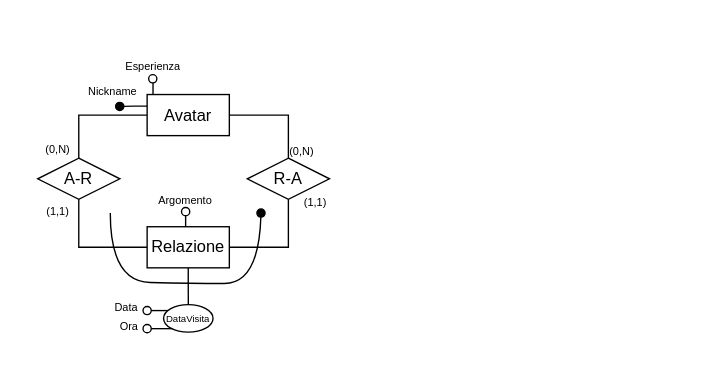
This is WP1/Pattern/Relazione Ricorsiva Relazione/RelazioneRicorsivaRelazioneDopo.drawio from pnocerino/BasiDiDati, a draw.io file, before an edit. Source tidied: cells renumbered, new cells numbered last; positions are measured from the earlier drawing's top-left corner, leaving out a move shared by most shapes. Both pictures are drawn from the tidied source at 137%, with x=0, y=0 at pixel (23, 48).
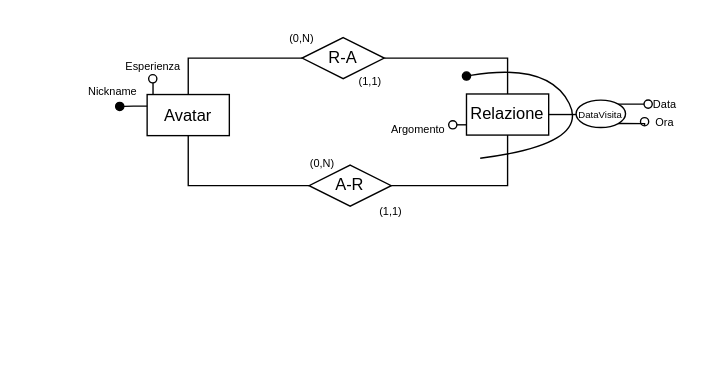
Above is the later version.

Unchanged cells that the change refers to:
```xml
<mxCell id="4" value="Avatar" style="whiteSpace=wrap;html=1;align=center;" parent="1" vertex="1">
  <mxGeometry x="89.9" y="33.5" width="60" height="30" as="geometry" />
</mxCell>
```

Diff of the diagram source:
```diff
@@
+    <mxCell id="3" style="edgeStyle=orthogonalEdgeStyle;rounded=0;jettySize=auto;html=1;exitX=0.5;exitY=1;exitDx=0;exitDy=0;entryX=0;entryY=0.5;entryDx=0;entryDy=0;endArrow=none;endFill=0;" parent="1" edge="1" source="4" target="15">
+      <mxGeometry relative="1" as="geometry" />
+    </mxCell>
-    <mxCell id="2" style="edgeStyle=orthogonalEdgeStyle;rounded=0;jettySize=auto;html=1;exitX=1;exitY=0.5;exitDx=0;exitDy=0;entryX=0.5;entryY=0;entryDx=0;entryDy=0;endArrow=none;endFill=0;" parent="1" edge="1" source="4" target="13">
+    <mxCell id="2" style="edgeStyle=orthogonalEdgeStyle;rounded=0;jettySize=auto;html=1;exitX=0.5;exitY=0;exitDx=0;exitDy=0;entryX=0;entryY=0.5;entryDx=0;entryDy=0;endArrow=none;endFill=0;" parent="1" edge="1" source="4" target="13">
       <mxGeometry relative="1" as="geometry" />
     </mxCell>
-    <mxCell id="3" style="edgeStyle=orthogonalEdgeStyle;rounded=0;jettySize=auto;html=1;exitX=0;exitY=0.5;exitDx=0;exitDy=0;entryX=0.5;entryY=0;entryDx=0;entryDy=0;endArrow=none;endFill=0;" parent="1" edge="1" source="4" target="15">
-      <mxGeometry relative="1" as="geometry" />
-    </mxCell>
@@
     <mxCell id="6" value="&lt;font style=&quot;font-size: 8px;&quot;&gt;Argomento&lt;/font&gt;" style="text;html=1;align=center;verticalAlign=middle;whiteSpace=wrap;rounded=1;strokeColor=none;" parent="1" vertex="1">
-      <mxGeometry x="98" y="100" width="40" height="19" as="geometry" />
+      <mxGeometry x="268.1" y="48.5" width="40" height="19" as="geometry" />
     </mxCell>
     <mxCell id="7" value="&lt;span style=&quot;font-size: 8px;&quot;&gt;(0,N)&lt;/span&gt;" style="text;html=1;align=center;verticalAlign=middle;whiteSpace=wrap;rounded=1;strokeColor=none;glass=0;" parent="1" vertex="1">
-      <mxGeometry x="-0.1" y="65" width="50" height="15" as="geometry" />
+      <mxGeometry x="193" y="75" width="50" height="15" as="geometry" />
     </mxCell>
@@
     <mxCell id="10" value="&lt;span style=&quot;font-size: 8px;&quot;&gt;(0,N)&lt;/span&gt;" style="text;html=1;align=center;verticalAlign=middle;whiteSpace=wrap;rounded=1;strokeColor=none;glass=0;" parent="1" vertex="1">
-      <mxGeometry x="193" y="63.5" width="20" height="21.2" as="geometry" />
+      <mxGeometry x="193" y="-18.1" width="20" height="21.2" as="geometry" />
     </mxCell>
@@
-    <mxCell id="12" style="edgeStyle=orthogonalEdgeStyle;rounded=0;jettySize=auto;html=1;exitX=0.5;exitY=1;exitDx=0;exitDy=0;entryX=1;entryY=0.5;entryDx=0;entryDy=0;endArrow=none;endFill=0;" parent="1" edge="1" source="13" target="18">
+    <mxCell id="12" style="edgeStyle=orthogonalEdgeStyle;rounded=0;jettySize=auto;html=1;exitX=1;exitY=0.5;exitDx=0;exitDy=0;entryX=0.5;entryY=0;entryDx=0;entryDy=0;endArrow=none;endFill=0;" parent="1" edge="1" source="13" target="18">
       <mxGeometry relative="1" as="geometry" />
     </mxCell>
     <mxCell id="13" value="R-A" style="rhombus;whiteSpace=wrap;html=1;" parent="1" vertex="1">
-      <mxGeometry x="163" y="80" width="60" height="30" as="geometry" />
+      <mxGeometry x="203" y="-8.1" width="60" height="30" as="geometry" />
     </mxCell>
-    <mxCell id="14" style="edgeStyle=orthogonalEdgeStyle;rounded=0;jettySize=auto;html=1;exitX=0.5;exitY=1;exitDx=0;exitDy=0;entryX=0;entryY=0.5;entryDx=0;entryDy=0;endArrow=none;endFill=0;" parent="1" edge="1" source="15" target="18">
+    <mxCell id="14" style="edgeStyle=orthogonalEdgeStyle;rounded=0;jettySize=auto;html=1;exitX=1;exitY=0.5;exitDx=0;exitDy=0;entryX=0.5;entryY=1;entryDx=0;entryDy=0;endArrow=none;endFill=0;" parent="1" edge="1" source="15" target="18">
       <mxGeometry relative="1" as="geometry" />
     </mxCell>
     <mxCell id="15" value="A-R" style="rhombus;whiteSpace=wrap;html=1;" parent="1" vertex="1">
-      <mxGeometry x="10" y="80" width="60" height="30" as="geometry" />
+      <mxGeometry x="208.1" y="85" width="60" height="30" as="geometry" />
     </mxCell>
-    <mxCell id="16" style="edgeStyle=orthogonalEdgeStyle;rounded=0;jettySize=auto;html=1;exitX=0.5;exitY=1;exitDx=0;exitDy=0;entryX=0.5;entryY=0;entryDx=0;entryDy=0;endArrow=none;endFill=0;" parent="1" edge="1" source="18" target="25">
+    <mxCell id="16" style="edgeStyle=orthogonalEdgeStyle;rounded=0;jettySize=auto;html=1;exitX=1;exitY=0.5;exitDx=0;exitDy=0;entryX=0;entryY=0.5;entryDx=0;entryDy=0;endArrow=none;endFill=0;" parent="1" edge="1" source="18" target="25">
       <mxGeometry relative="1" as="geometry" />
     </mxCell>
-    <mxCell id="17" style="edgeStyle=orthogonalEdgeStyle;rounded=0;jettySize=auto;html=1;exitX=0.5;exitY=0;exitDx=0;exitDy=0;entryX=0.5;entryY=1;entryDx=0;entryDy=0;endArrow=oval;endFill=0;" parent="1" edge="1" source="18" target="6">
-      <mxGeometry relative="1" as="geometry" />
-    </mxCell>
+    <mxCell id="27" style="edgeStyle=orthogonalEdgeStyle;rounded=0;jettySize=auto;html=1;exitX=0;exitY=0.75;exitDx=0;exitDy=0;endArrow=oval;endFill=0;" parent="1" edge="1" source="18">
+      <mxGeometry relative="1" as="geometry">
+        <mxPoint x="313" y="55.8" as="targetPoint" />
+      </mxGeometry>
+    </mxCell>
     <mxCell id="18" value="Relazione" style="whiteSpace=wrap;html=1;align=center;" parent="1" vertex="1">
-      <mxGeometry x="89.9" y="130" width="60" height="30" as="geometry" />
+      <mxGeometry x="323" y="33.1" width="60" height="30" as="geometry" />
     </mxCell>
     <mxCell id="19" value="&lt;span style=&quot;font-size: 8px;&quot;&gt;(1,1)&lt;/span&gt;" style="text;html=1;align=center;verticalAlign=middle;whiteSpace=wrap;rounded=1;strokeColor=none;glass=0;" parent="1" vertex="1">
-      <mxGeometry x="-0.1" y="110" width="50" height="15" as="geometry" />
+      <mxGeometry x="243" y="110" width="50" height="15" as="geometry" />
     </mxCell>
     <mxCell id="20" value="&lt;span style=&quot;font-size: 8px;&quot;&gt;(1,1)&lt;/span&gt;" style="text;html=1;align=center;verticalAlign=middle;whiteSpace=wrap;rounded=1;strokeColor=none;glass=0;" parent="1" vertex="1">
-      <mxGeometry x="203" y="100" width="20" height="21.2" as="geometry" />
+      <mxGeometry x="243" y="11.9" width="20" height="21.2" as="geometry" />
     </mxCell>
     <mxCell id="21" value="&lt;font style=&quot;font-size: 8px;&quot;&gt;Ora&lt;/font&gt;" style="text;html=1;align=center;verticalAlign=middle;whiteSpace=wrap;rounded=1;strokeColor=none;glass=0;" parent="1" vertex="1">
-      <mxGeometry x="51.9" y="194" width="50" height="15" as="geometry" />
+      <mxGeometry x="453" y="47.6" width="30" height="11.5" as="geometry" />
     </mxCell>
+    <mxCell id="28" style="edgeStyle=orthogonalEdgeStyle;rounded=0;jettySize=auto;html=1;exitX=1;exitY=1;exitDx=0;exitDy=0;entryX=0;entryY=0.5;entryDx=0;entryDy=0;endArrow=oval;endFill=0;" parent="1" edge="1" source="25" target="21">
+      <mxGeometry relative="1" as="geometry" />
+    </mxCell>
+    <mxCell id="25" value="&lt;p style=&quot;line-height: 110%;&quot;&gt;&lt;font style=&quot;font-size: 7px;&quot;&gt;DataVisita&lt;/font&gt;&lt;/p&gt;" style="ellipse;whiteSpace=wrap;html=1;" parent="1" vertex="1">
+      <mxGeometry x="403" y="37.6" width="36.1" height="20" as="geometry" />
+    </mxCell>
     <mxCell id="22" value="&lt;font style=&quot;font-size: 8px;&quot;&gt;Data&lt;/font&gt;" style="text;html=1;align=center;verticalAlign=middle;whiteSpace=wrap;rounded=1;strokeColor=none;glass=0;" parent="1" vertex="1">
-      <mxGeometry x="49.9" y="180" width="50" height="15" as="geometry" />
+      <mxGeometry x="453" y="37.2" width="30" height="6.5" as="geometry" />
     </mxCell>
-    <mxCell id="23" style="edgeStyle=orthogonalEdgeStyle;rounded=0;orthogonalLoop=1;jettySize=auto;html=1;exitX=0;exitY=0;exitDx=0;exitDy=0;endArrow=oval;endFill=0;" parent="1" edge="1">
-      <mxGeometry relative="1" as="geometry">
-        <mxPoint x="109.3" y="191.2" as="sourcePoint" />
-        <mxPoint x="89.9" y="191.2" as="targetPoint" />
-      </mxGeometry>
-    </mxCell>
-    <mxCell id="24" style="edgeStyle=orthogonalEdgeStyle;rounded=0;orthogonalLoop=1;jettySize=auto;html=1;endArrow=oval;endFill=0;" parent="1" edge="1">
-      <mxGeometry relative="1" as="geometry">
-        <mxPoint x="109.9" y="204.4" as="sourcePoint" />
-        <mxPoint x="89.9" y="204.4" as="targetPoint" />
-      </mxGeometry>
-    </mxCell>
-    <mxCell id="25" value="&lt;p style=&quot;line-height: 110%;&quot;&gt;&lt;font style=&quot;font-size: 7px;&quot;&gt;DataVisita&lt;/font&gt;&lt;/p&gt;" style="ellipse;whiteSpace=wrap;html=1;" parent="1" vertex="1">
-      <mxGeometry x="101.9" y="186.9" width="36.1" height="20" as="geometry" />
-    </mxCell>
-    <mxCell id="26" style="curved=1;endArrow=oval;html=1;rounded=0;endFill=1;" parent="1" edge="1">
-      <mxGeometry relative="1" as="geometry">
-        <mxPoint x="63" y="120" as="sourcePoint" />
-        <mxPoint x="173" y="120" as="targetPoint" />
-        <Array as="points">
-          <mxPoint x="63" y="170" />
-          <mxPoint x="121.3" y="171.4" />
-          <mxPoint x="171.3" y="171.4" />
-        </Array>
-      </mxGeometry>
-    </mxCell>
+    <mxCell id="29" style="edgeStyle=orthogonalEdgeStyle;rounded=0;jettySize=auto;html=1;exitX=1;exitY=0;exitDx=0;exitDy=0;entryX=0.086;entryY=0.404;entryDx=0;entryDy=0;entryPerimeter=0;endArrow=oval;endFill=0;" parent="1" edge="1" source="25" target="22">
+      <mxGeometry relative="1" as="geometry" />
+    </mxCell>
+    <mxCell id="30" style="curved=1;endArrow=oval;html=1;rounded=0;endFill=1;" parent="1" edge="1">
+      <mxGeometry relative="1" as="geometry">
+        <mxPoint x="333" y="80" as="sourcePoint" />
+        <mxPoint x="323" y="20" as="targetPoint" />
+        <Array as="points">
+          <mxPoint x="413" y="70" />
+          <mxPoint x="383" y="10" />
+        </Array>
+      </mxGeometry>
+    </mxCell>
```
